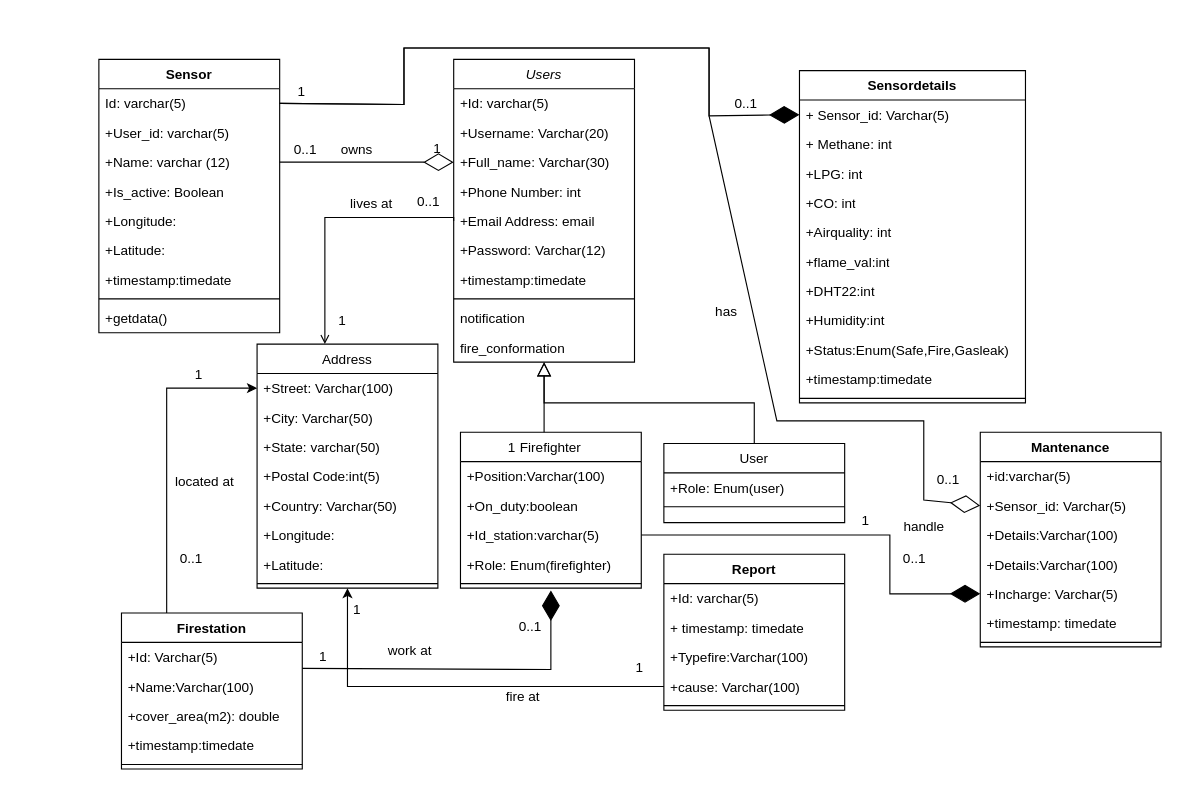
The draw.io diagram doc/PSM.drawio in SNFASA/AI-Fire-Monitoring-System, before the edit. Source tidied: cells renumbered, new cells numbered last; positions are measured from the earlier drawing's top-left corner, leaving out a move shared by most shapes. Both pictures are drawn from the tidied source at 113%, with x=0, y=0 at pixel (19, 47).
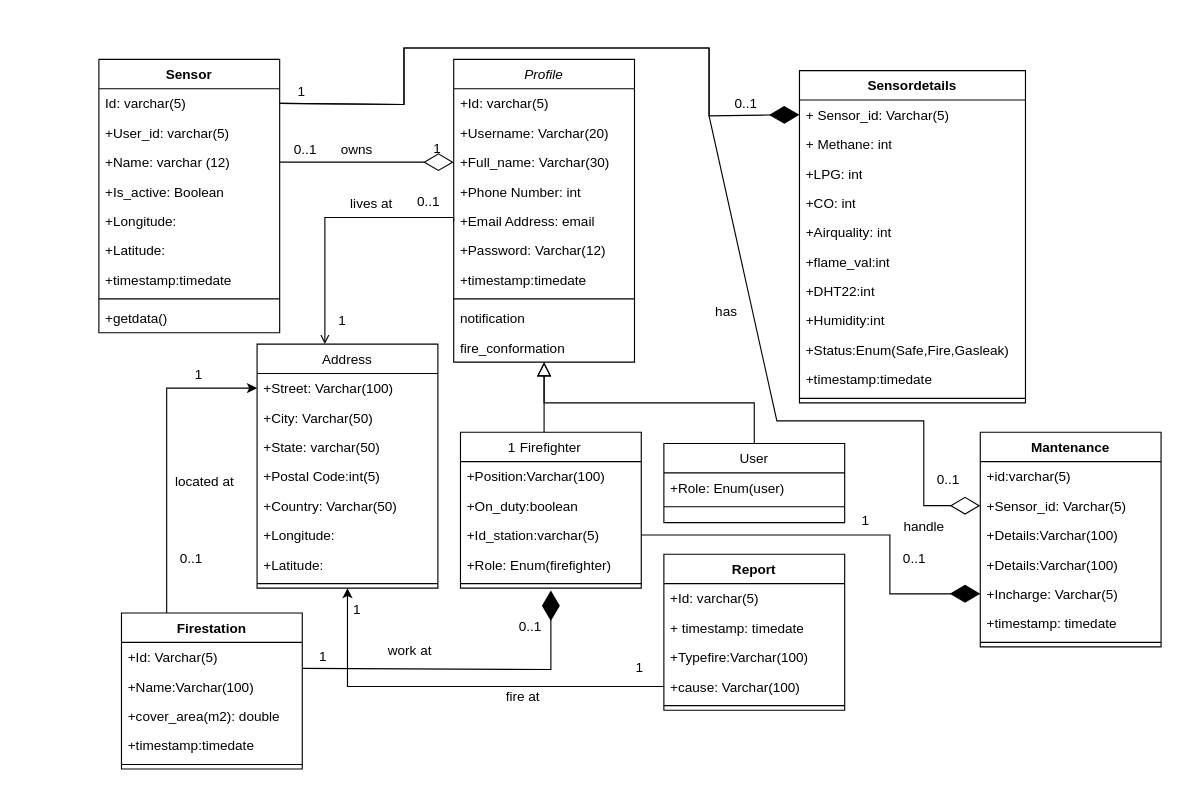
After the change.

The change refers to these unchanged cells:
```xml
<mxCell id="38" value="Id: varchar(5)" style="text;strokeColor=none;fillColor=none;align=left;verticalAlign=top;spacingLeft=4;spacingRight=4;overflow=hidden;points=[[0,0.5],[1,0.5]];portConstraint=eastwest;whiteSpace=wrap;html=1;" parent="37" vertex="1">
  <mxGeometry y="26" width="160" height="26" as="geometry" />
</mxCell>
<mxCell id="94" value="+Sensor_id: Varchar(5)" style="text;strokeColor=none;fillColor=none;align=left;verticalAlign=top;spacingLeft=4;spacingRight=4;overflow=hidden;points=[[0,0.5],[1,0.5]];portConstraint=eastwest;whiteSpace=wrap;html=1;" parent="92" vertex="1">
  <mxGeometry y="52" width="160" height="26" as="geometry" />
</mxCell>
```

The edit, as a diff of the source:
```diff
@@
-    <mxCell id="2" value="Users" style="swimlane;fontStyle=2;align=center;verticalAlign=top;horizontal=1;startSize=26;rounded=0;shadow=0;strokeWidth=1;" parent="1" vertex="1">
+    <mxCell id="2" value="Profile" style="swimlane;fontStyle=2;align=center;verticalAlign=top;horizontal=1;startSize=26;rounded=0;shadow=0;strokeWidth=1;" parent="1" vertex="1">
       <mxGeometry x="384" y="10" width="160" height="268" as="geometry" />
     </mxCell>
@@
     <mxCell id="104" style="endArrow=diamondThin;endFill=0;endSize=24;html=1;rounded=0;entryX=0;entryY=0.5;entryDx=0;entryDy=0;exitX=1;exitY=0.5;exitDx=0;exitDy=0;" parent="1" edge="1" source="38" target="94">
       <mxGeometry relative="1" as="geometry">
         <Array as="points">
           <mxPoint x="340" y="50" />
           <mxPoint x="340" />
           <mxPoint x="610" />
           <mxPoint x="610" y="60" />
           <mxPoint x="670" y="330" />
           <mxPoint x="800" y="330" />
-          <mxPoint x="800" y="400" />
+          <mxPoint x="800" y="405" />
         </Array>
       </mxGeometry>
     </mxCell>
```
